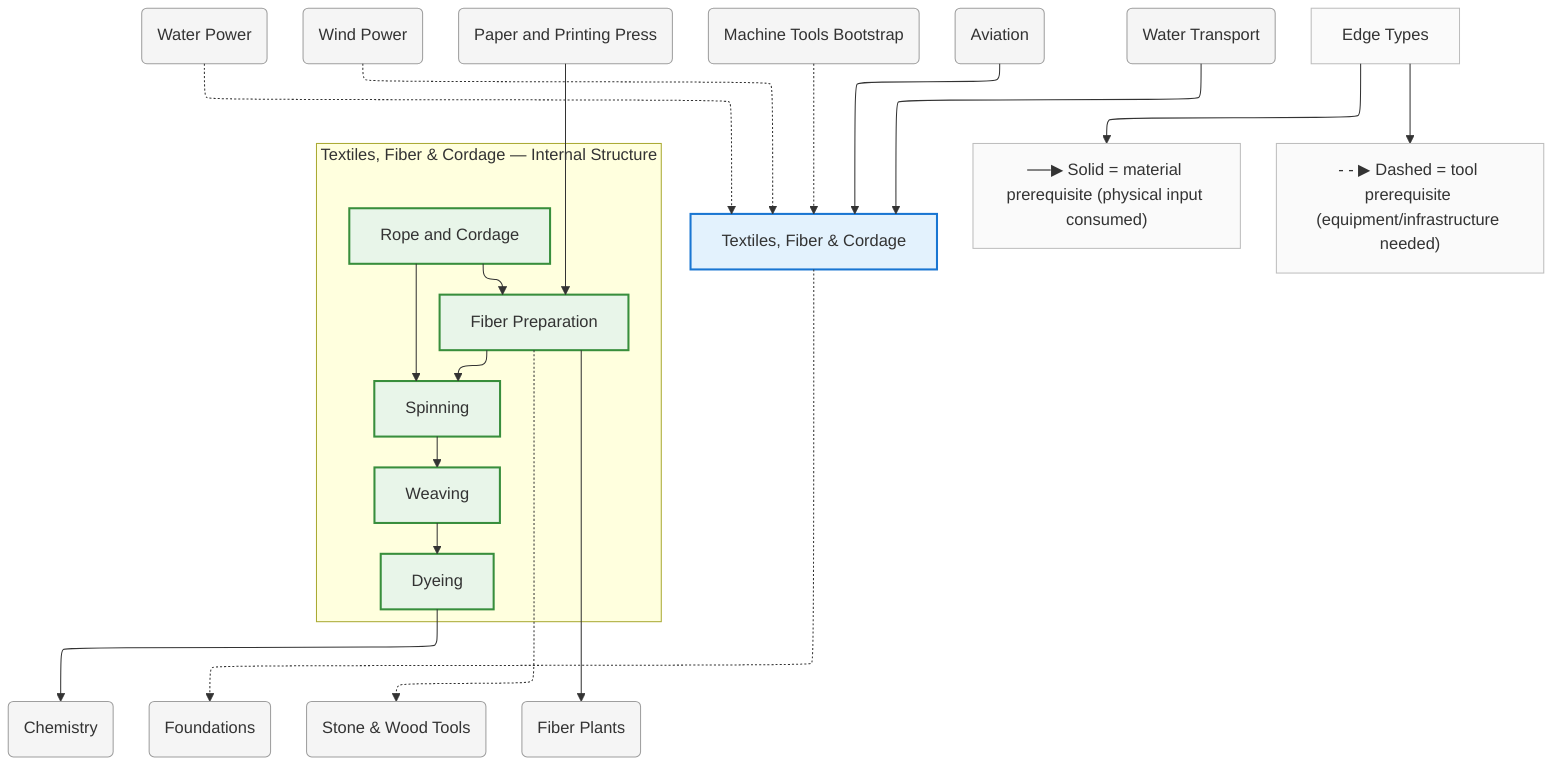
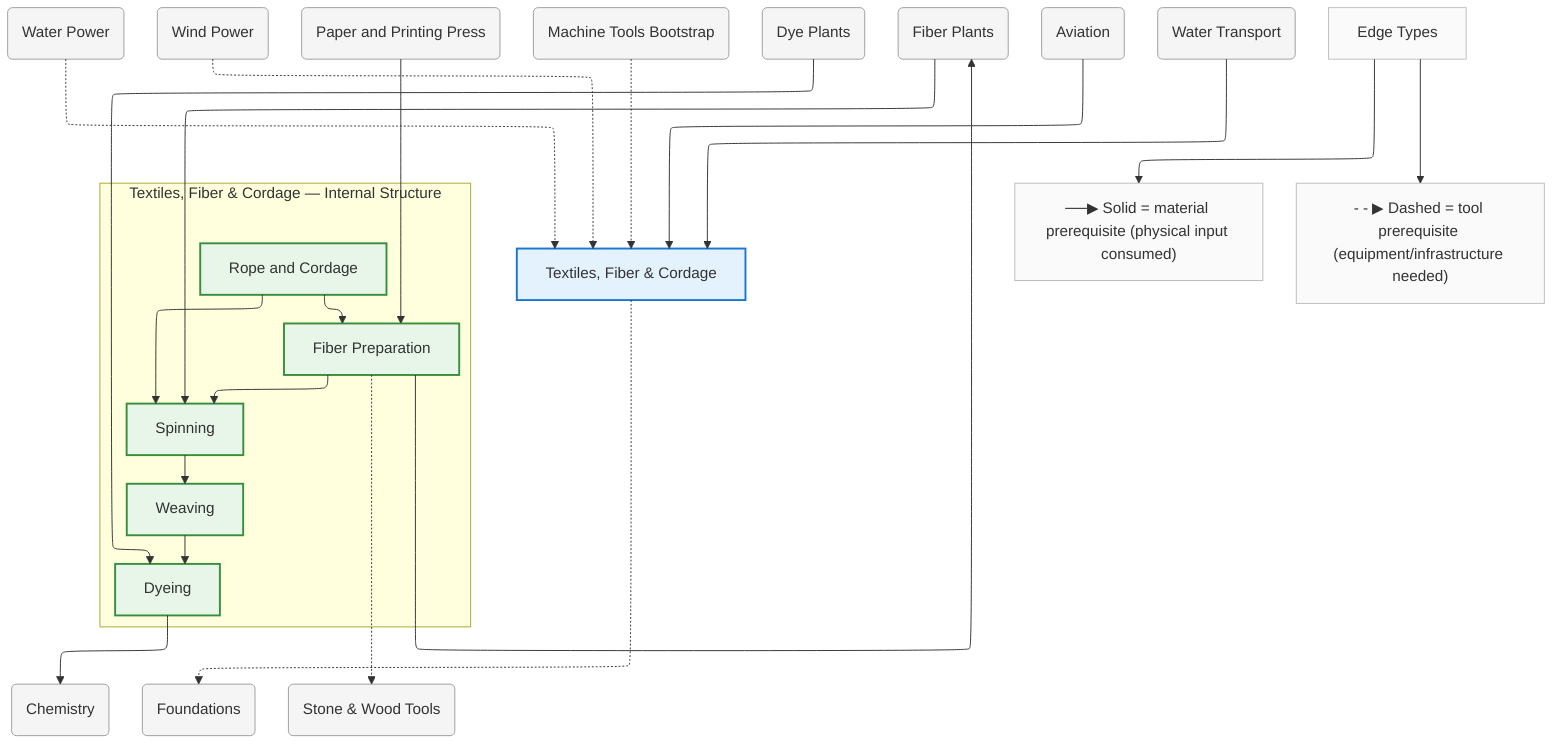
%%{init: {"flowchart": {"defaultRenderer": "elk", "htmlLabels": true}}}%%
graph TD
    %% Domain: Textiles, Fiber & Cordage

    %% ==================== INTERNAL NODES ====================
    subgraph textiles_internal ["Textiles, Fiber & Cordage — Internal Structure"]
        direction TB
        textiles_fibers["Fiber Preparation"]
        textiles_spinning["Spinning"]
        textiles_weaving["Weaving"]
        textiles_dyeing["Dyeing"]
        textiles_rope-making["Rope and Cordage"]
    end

    %% ==================== DOMAIN NODE ====================
    textiles["Textiles, Fiber & Cordage"]

    %% ==================== EXTERNAL DEPENDENCIES ====================
    chemistry("Chemistry")
    energy_gravity("Water Power")
    energy_wind("Wind Power")
    foundations("Foundations")
    foundations_tools-basic("Stone & Wood Tools")
    knowledge_printing("Paper and Printing Press")
    machine-tools("Machine Tools Bootstrap")
+     plants_dye-plants("Dye Plants")
    plants_fiber-plants("Fiber Plants")
    transport_aviation("Aviation")
    transport_shipping("Water Transport")

    %% ==================== EDGES ====================
    textiles_fibers --> textiles_spinning
    textiles_spinning --> textiles_weaving
    textiles_weaving --> textiles_dyeing
    textiles_rope-making --> textiles_fibers
    textiles_rope-making --> textiles_spinning
    energy_gravity -.-> textiles
    energy_wind -.-> textiles
    machine-tools -.-> textiles
    textiles -.-> foundations
    transport_aviation --> textiles
    textiles_fibers -.-> foundations_tools-basic
    textiles_dyeing --> chemistry
    transport_shipping --> textiles
    knowledge_printing --> textiles_fibers
    textiles_fibers --> plants_fiber-plants
+     plants_fiber-plants --> textiles_spinning
+     plants_dye-plants --> textiles_dyeing

    %% ==================== EDGE TYPE LEGEND ====================
    EdgeLegend["Edge Types"]
    EdgeLegend --> MatNote["──▶ Solid = material prerequisite (physical input consumed)"]
    EdgeLegend --> ToolNote["- - ▶ Dashed = tool prerequisite (equipment/infrastructure needed)"]

    %% ==================== STYLING ====================
    classDef domain fill:#e3f2fd,stroke:#1976d2,stroke-width:2px
    classDef capability fill:#e8f5e9,stroke:#388e3c,stroke-width:2px
    classDef process fill:#fff3e0,stroke:#f57c00,stroke-width:2px
    classDef critical fill:#fff3e0,stroke:#f57c00,stroke-width:3px
    classDef earlyWin fill:#e8f5e9,stroke:#388e3c,stroke-width:3px
    classDef pinnacle fill:#fce4ec,stroke:#c62828,stroke-width:3px
    classDef external fill:#f5f5f5,stroke:#9e9e9e,stroke-width:1px
    classDef legend fill:#fafafa,stroke:#bdbdbd,stroke-width:1px
    class textiles domain
    class textiles_fibers capability
    class textiles_spinning capability
    class textiles_weaving capability
    class textiles_dyeing capability
    class textiles_rope-making capability
    class chemistry external
    class energy_gravity external
    class energy_wind external
    class foundations external
    class foundations_tools-basic external
    class knowledge_printing external
    class machine-tools external
+     class plants_dye-plants external
    class plants_fiber-plants external
    class transport_aviation external
    class transport_shipping external
    class EdgeLegend,MatNote,ToolNote legend
